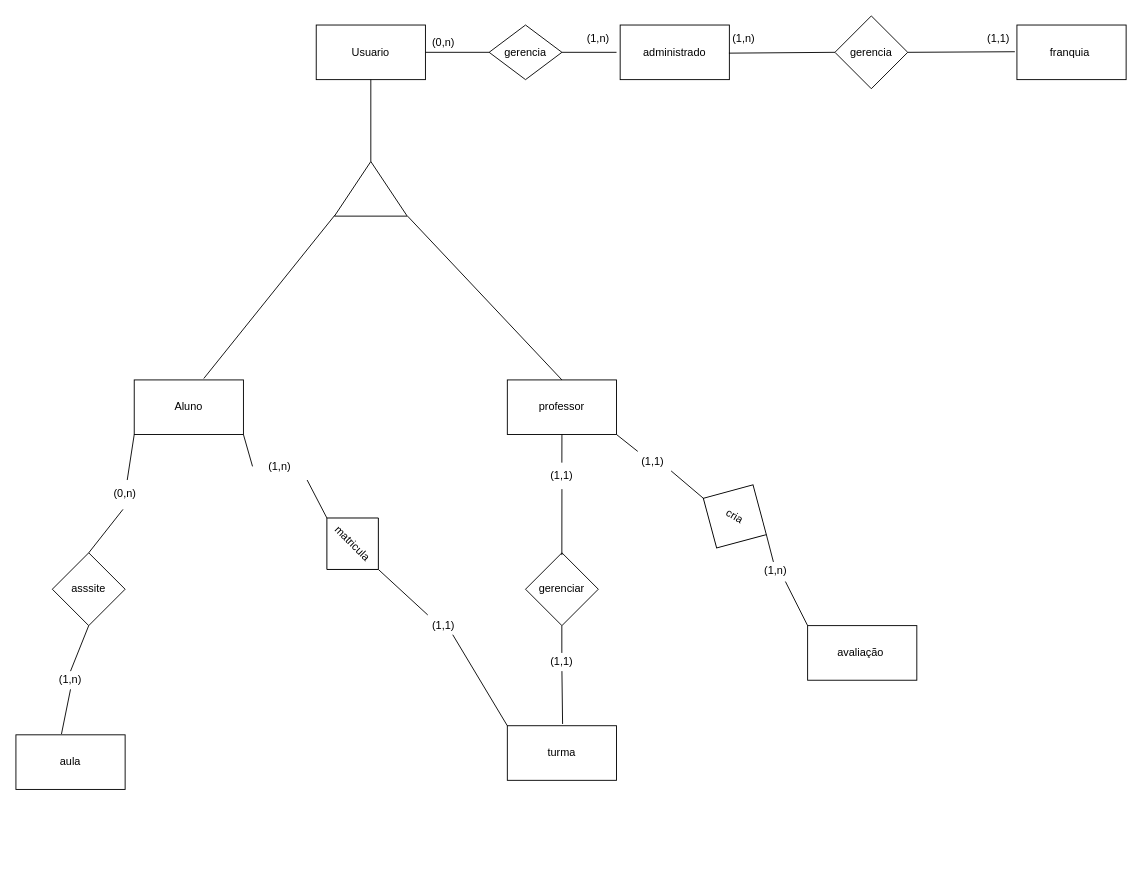
The draw.io diagram Diagrama-Banco-de-dados/DER.drawio in Wal221/ProjetoWeb2, before the edit. Source tidied: cells renumbered, new cells numbered last; positions are measured from the earlier drawing's top-left corner, leaving out a move shared by most shapes. Both pictures are drawn from the tidied source at 91%, with x=0, y=0 at pixel (15, 15).
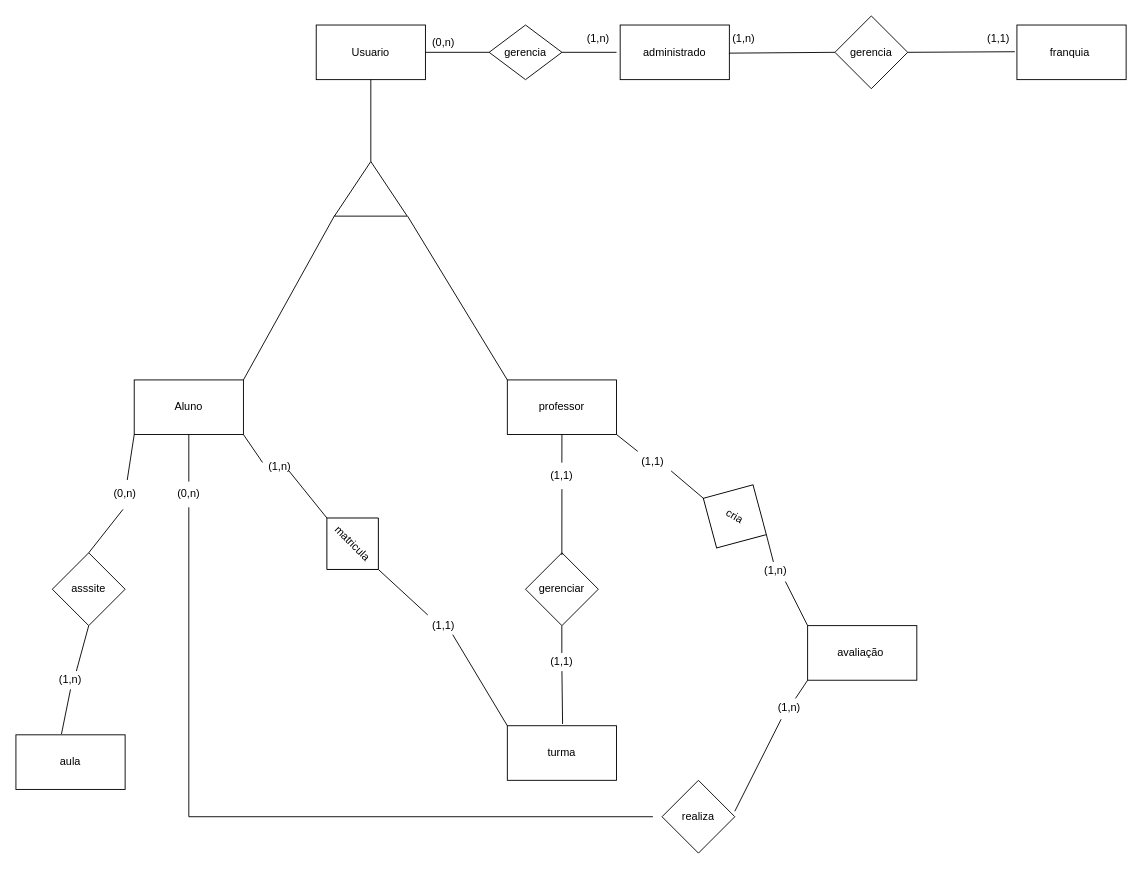
The same diagram, later.

Unchanged cells that the change refers to:
```xml
<mxCell id="15" style="triangle;whiteSpace=wrap;html=1;rotation=-90;" parent="1" vertex="1">
  <mxGeometry x="360" y="150" width="60" height="80" as="geometry" />
</mxCell>
<mxCell id="16" value="Aluno" style="rounded=0;whiteSpace=wrap;html=1;" parent="1" vertex="1">
  <mxGeometry x="130" y="400" width="120" height="60" as="geometry" />
</mxCell>
<mxCell id="17" value="professor" style="rounded=0;whiteSpace=wrap;html=1;" parent="1" vertex="1">
  <mxGeometry x="540" y="400" width="120" height="60" as="geometry" />
</mxCell>
<mxCell id="22" value="avaliação&amp;nbsp;" style="rounded=0;whiteSpace=wrap;html=1;" parent="1" vertex="1">
  <mxGeometry x="870" y="670" width="120" height="60" as="geometry" />
</mxCell>
<mxCell id="38" value="asssite" style="rhombus;whiteSpace=wrap;html=1;" parent="1" vertex="1">
  <mxGeometry x="40" y="590" width="80" height="80" as="geometry" />
</mxCell>
<mxCell id="42" value="(1,n)" style="text;html=1;align=center;verticalAlign=middle;whiteSpace=wrap;rounded=0;" parent="1" vertex="1">
  <mxGeometry x="30" y="720" width="60" height="20" as="geometry" />
</mxCell>
<mxCell id="45" value="matricula" style="rhombus;whiteSpace=wrap;html=1;rotation=45;" parent="1" vertex="1">
  <mxGeometry x="330" y="540" width="80" height="80" as="geometry" />
</mxCell>
```

Change to the diagram source:
```diff
@@
-    <mxCell id="19" style="endArrow=none;html=1;rounded=0;exitX=0.637;exitY=-0.026;exitDx=0;exitDy=0;exitPerimeter=0;entryX=0.013;entryY=0.003;entryDx=0;entryDy=0;entryPerimeter=0;" parent="1" edge="1" source="16" target="15">
+    <mxCell id="19" style="endArrow=none;html=1;rounded=0;exitX=1;exitY=0;exitDx=0;exitDy=0;entryX=0.013;entryY=0.003;entryDx=0;entryDy=0;entryPerimeter=0;" parent="1" edge="1" source="16" target="15">
       <mxGeometry relative="1" as="geometry" />
     </mxCell>
-    <mxCell id="20" style="endArrow=none;html=1;rounded=0;entryX=0;entryY=1.005;entryDx=0;entryDy=0;entryPerimeter=0;exitX=0.5;exitY=0;exitDx=0;exitDy=0;" parent="1" edge="1" source="17" target="15">
+    <mxCell id="20" style="endArrow=none;html=1;rounded=0;entryX=0;entryY=1.005;entryDx=0;entryDy=0;entryPerimeter=0;exitX=0;exitY=0;exitDx=0;exitDy=0;" parent="1" edge="1" source="17" target="15">
       <mxGeometry relative="1" as="geometry" />
     </mxCell>
@@
-    <mxCell id="40" style="endArrow=none;html=1;rounded=0;entryX=0.5;entryY=1;entryDx=0;entryDy=0;exitX=0.5;exitY=0;exitDx=0;exitDy=0;" parent="1" edge="1" source="42" target="38">
+    <mxCell id="40" style="endArrow=none;html=1;rounded=0;entryX=0.5;entryY=1;entryDx=0;entryDy=0;exitX=0.607;exitY=-0.003;exitDx=0;exitDy=0;exitPerimeter=0;" parent="1" edge="1" source="42" target="38">
       <mxGeometry relative="1" as="geometry" />
     </mxCell>
@@
-    <mxCell id="46" style="endArrow=none;html=1;rounded=0;entryX=1;entryY=1;entryDx=0;entryDy=0;exitX=0;exitY=0.5;exitDx=0;exitDy=0;" parent="1" edge="1" source="51" target="16">
+    <mxCell id="46" style="endArrow=none;html=1;rounded=0;entryX=1;entryY=1;entryDx=0;entryDy=0;exitX=0.184;exitY=0.077;exitDx=0;exitDy=0;exitPerimeter=0;" parent="1" edge="1" source="51" target="16">
       <mxGeometry relative="1" as="geometry" />
     </mxCell>
@@
-    <mxCell id="50" style="endArrow=none;html=1;rounded=0;entryX=1;entryY=1;entryDx=0;entryDy=0;exitX=0;exitY=0.5;exitDx=0;exitDy=0;" parent="1" edge="1" source="45" target="51">
+    <mxCell id="50" style="endArrow=none;html=1;rounded=0;entryX=0.667;entryY=1;entryDx=0;entryDy=0;exitX=0;exitY=0.5;exitDx=0;exitDy=0;entryPerimeter=0;" parent="1" edge="1" source="45" target="51">
       <mxGeometry relative="1" as="geometry" />
     </mxCell>
     <mxCell id="51" value="(1,n)" style="text;html=1;align=center;verticalAlign=middle;whiteSpace=wrap;rounded=0;" parent="1" vertex="1">
-      <mxGeometry x="260" y="480" width="60" height="30" as="geometry" />
+      <mxGeometry x="260" y="490" width="60" height="10" as="geometry" />
     </mxCell>
+    <mxCell id="52" style="endArrow=none;html=1;rounded=0;entryX=0.5;entryY=1;entryDx=0;entryDy=0;exitX=0.5;exitY=0.059;exitDx=0;exitDy=0;exitPerimeter=0;" parent="1" edge="1" source="58" target="16">
+      <mxGeometry relative="1" as="geometry" />
+    </mxCell>
+    <mxCell id="53" value="realiza" style="rhombus;whiteSpace=wrap;html=1;" parent="1" vertex="1">
+      <mxGeometry x="710" y="840" width="80" height="80" as="geometry" />
+    </mxCell>
+    <mxCell id="54" style="endArrow=none;html=1;rounded=0;entryX=0;entryY=1;entryDx=0;entryDy=0;" parent="1" edge="1" source="56" target="22">
+      <mxGeometry relative="1" as="geometry" />
+    </mxCell>
+    <mxCell id="55" style="endArrow=none;html=1;rounded=0;exitX=1;exitY=0.425;exitDx=0;exitDy=0;exitPerimeter=0;entryX=0.348;entryY=1.144;entryDx=0;entryDy=0;entryPerimeter=0;" parent="1" edge="1" source="53" target="56">
+      <mxGeometry relative="1" as="geometry" />
+    </mxCell>
+    <mxCell id="56" value="(1,n)" style="text;html=1;align=center;verticalAlign=middle;whiteSpace=wrap;rounded=0;" parent="1" vertex="1">
+      <mxGeometry x="820" y="750" width="60" height="20" as="geometry" />
+    </mxCell>
+    <mxCell id="57" style="endArrow=none;html=1;rounded=0;entryX=0.5;entryY=1;entryDx=0;entryDy=0;exitX=0;exitY=0.5;exitDx=0;exitDy=0;" parent="1" edge="1" target="58">
+      <mxGeometry relative="1" as="geometry">
+        <mxPoint x="700" y="880" as="sourcePoint" />
+        <Array as="points">
+          <mxPoint x="190" y="880" />
+        </Array>
+      </mxGeometry>
+    </mxCell>
+    <mxCell id="58" value="(0,n)" style="text;html=1;align=center;verticalAlign=middle;whiteSpace=wrap;rounded=0;" parent="1" vertex="1">
+      <mxGeometry x="160" y="510" width="60" height="30" as="geometry" />
+    </mxCell>
```
